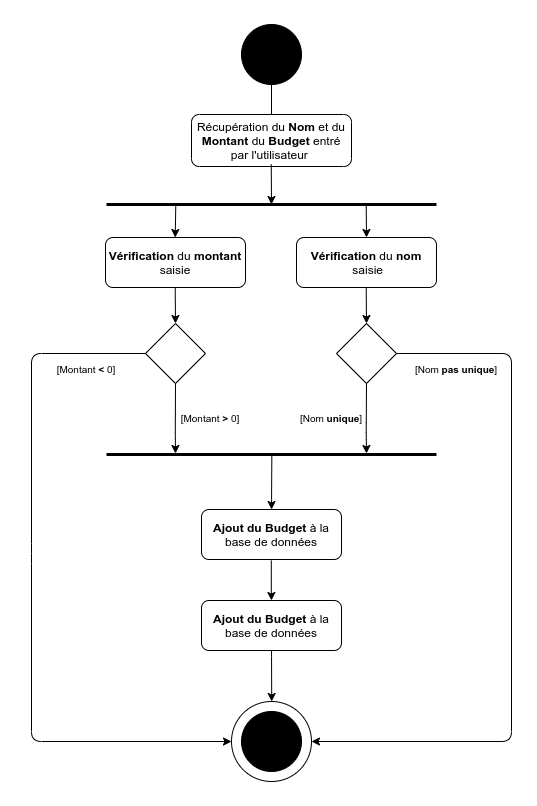
The draw.io diagram documentation/diagram-activite-addBudget.png in NikolasBdn/BudgProject, before a commit. Source tidied: cells renumbered, new cells last; positions are measured from the earlier drawing's top-left corner, leaving out a move shared by most shapes.
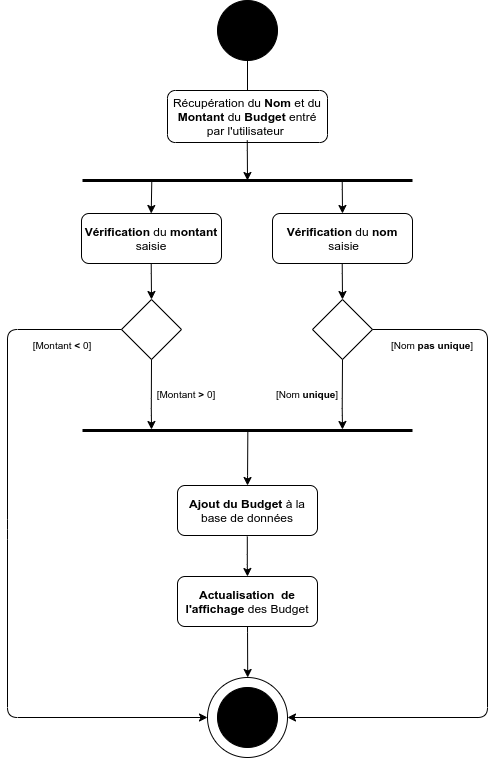
After the commit.

What changed in the source:
```diff
@@ -115,7 +115,7 @@
         </Array>
       </mxGeometry>
     </mxCell>
-    <mxCell id="24" value="&lt;b&gt;Ajout du Budget&lt;/b&gt; à la base de données" style="rounded=1;whiteSpace=wrap;html=1;fontSize=12;glass=0;strokeWidth=1;shadow=0;" parent="1" vertex="1">
+    <mxCell id="24" value="&lt;b&gt;Actualisation&amp;nbsp; de l'affichage&amp;nbsp;&lt;/b&gt;des Budget" style="rounded=1;whiteSpace=wrap;html=1;fontSize=12;glass=0;strokeWidth=1;shadow=0;" parent="1" vertex="1">
       <mxGeometry x="170" y="576" width="140" height="50" as="geometry" />
     </mxCell>
     <mxCell id="25" style="endArrow=classic;html=1;fontColor=#FF3333;exitX=-0.002;exitY=0.432;exitDx=0;exitDy=0;exitPerimeter=0;" parent="1" edge="1">
```
